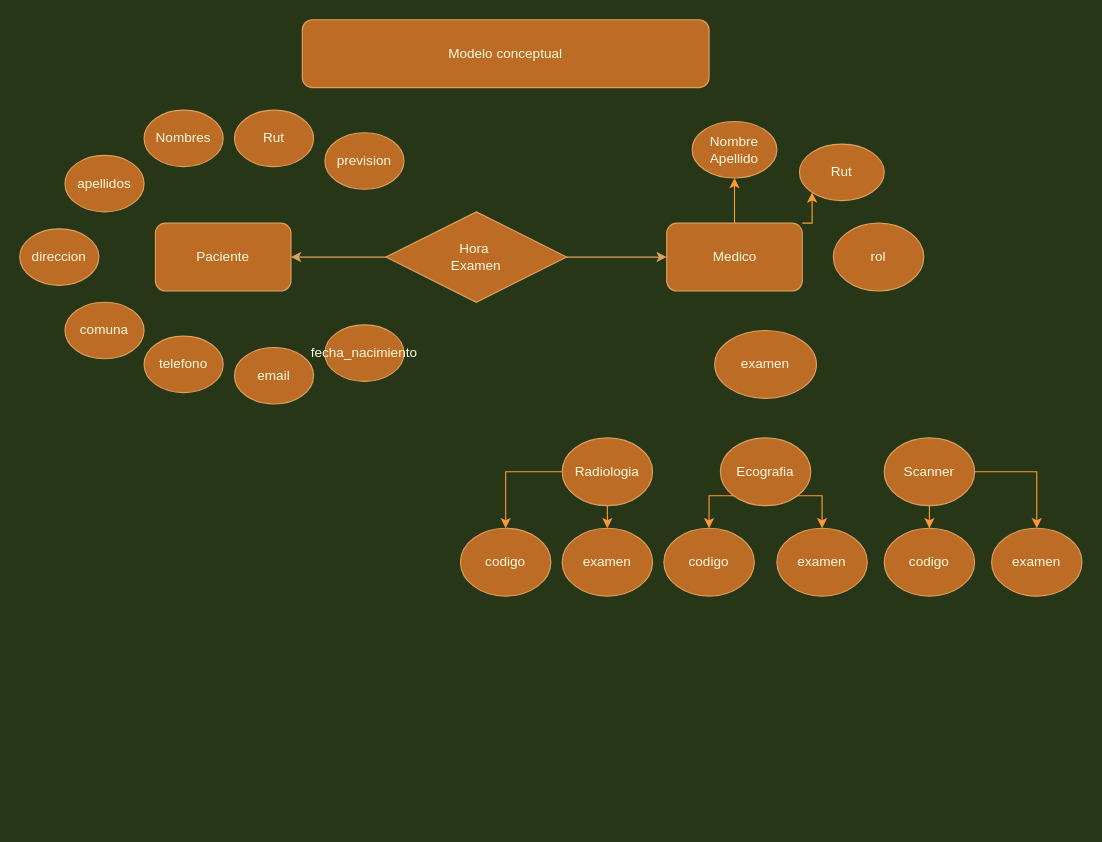
The draw.io diagram Untitled Diagram.drawio in LinkCL001/Proyecto_Full_Stack_JavaScript, before the edit. Source tidied: cells renumbered, new cells numbered last; positions are measured from the earlier drawing's top-left corner, leaving out a move shared by most shapes. Both pictures are drawn from the tidied source at 113%, with x=0, y=0 at pixel (19, 19).
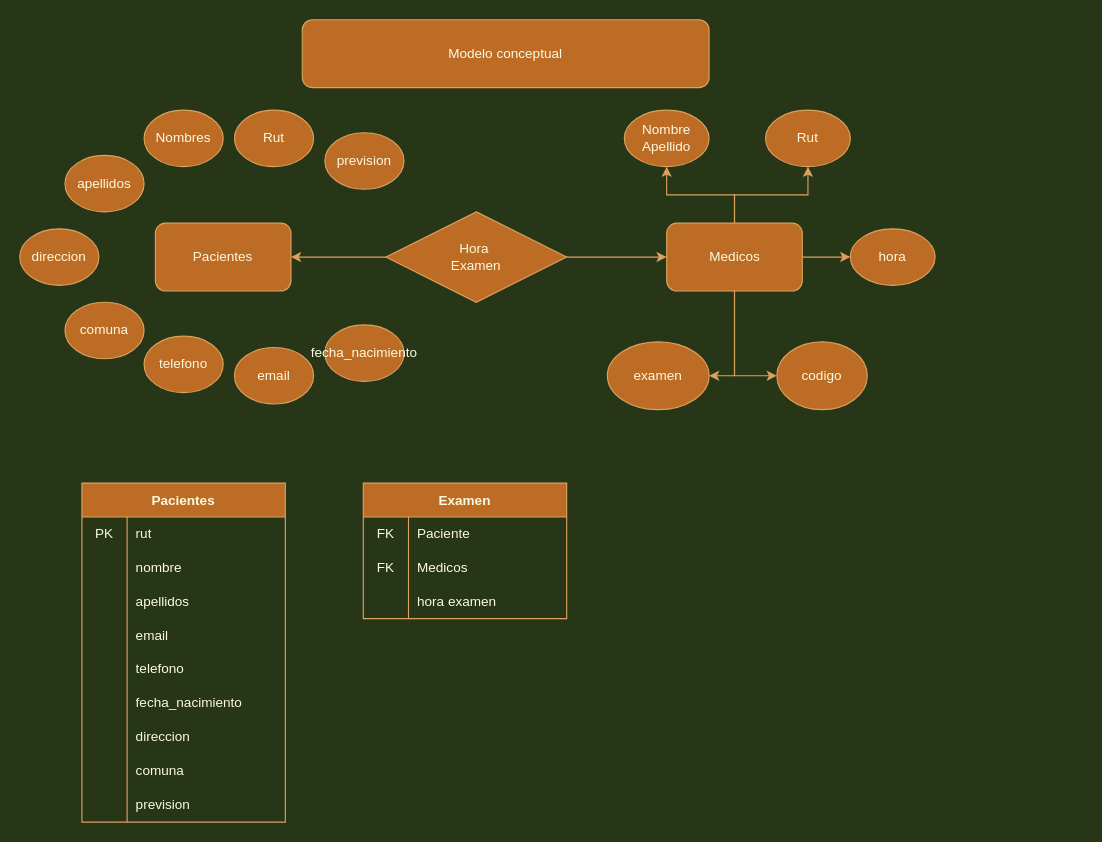
The same diagram, later.

The change refers to these unchanged cells:
```xml
<mxCell id="9" value="Hora&amp;nbsp;&lt;br&gt;Examen" style="rhombus;whiteSpace=wrap;html=1;rounded=0;sketch=0;fontColor=#FEFAE0;strokeColor=#DDA15E;fillColor=#BC6C25;" parent="1" vertex="1">
  <mxGeometry x="324" y="170" width="160" height="80" as="geometry" />
</mxCell>
```

What changed in the source:
```diff
@@
-    <mxCell id="3" value="Paciente" style="rounded=1;whiteSpace=wrap;html=1;sketch=0;fontColor=#FEFAE0;strokeColor=#DDA15E;fillColor=#BC6C25;" parent="1" vertex="1">
+    <mxCell id="3" value="Pacientes" style="rounded=1;whiteSpace=wrap;html=1;sketch=0;fontColor=#FEFAE0;strokeColor=#DDA15E;fillColor=#BC6C25;" parent="1" vertex="1">
       <mxGeometry x="120" y="180" width="120" height="60" as="geometry" />
     </mxCell>
-    <mxCell id="4" style="edgeStyle=orthogonalEdgeStyle;rounded=0;jettySize=auto;html=1;entryX=0.5;entryY=1;entryDx=0;entryDy=0;strokeColor=#FF9933;" parent="1" edge="1" source="6" target="19">
+    <mxCell id="4" style="edgeStyle=orthogonalEdgeStyle;rounded=0;jettySize=auto;html=1;entryX=0.5;entryY=1;entryDx=0;entryDy=0;strokeColor=#DDA15E;labelBackgroundColor=#283618;fontColor=#FEFAE0;" parent="1" edge="1" source="6" target="19">
       <mxGeometry relative="1" as="geometry" />
     </mxCell>
+    <mxCell id="38" style="edgeStyle=orthogonalEdgeStyle;rounded=0;jettySize=auto;html=1;strokeColor=#DDA15E;entryX=0;entryY=0.5;entryDx=0;entryDy=0;labelBackgroundColor=#283618;fontColor=#FEFAE0;" parent="1" edge="1" source="6" target="30">
+      <mxGeometry relative="1" as="geometry" />
+    </mxCell>
+    <mxCell id="39" style="edgeStyle=orthogonalEdgeStyle;rounded=0;jettySize=auto;html=1;exitX=0.5;exitY=1;exitDx=0;exitDy=0;strokeColor=#DDA15E;entryX=1;entryY=0.5;entryDx=0;entryDy=0;labelBackgroundColor=#283618;fontColor=#FEFAE0;" parent="1" edge="1" source="6" target="20">
+      <mxGeometry relative="1" as="geometry" />
+    </mxCell>
-    <mxCell id="5" style="edgeStyle=orthogonalEdgeStyle;rounded=0;jettySize=auto;html=1;exitX=1;exitY=0;exitDx=0;exitDy=0;entryX=0;entryY=1;entryDx=0;entryDy=0;strokeColor=#FF9933;" parent="1" edge="1" source="6" target="31">
+    <mxCell id="5" style="edgeStyle=orthogonalEdgeStyle;rounded=0;jettySize=auto;html=1;exitX=0.5;exitY=0;exitDx=0;exitDy=0;entryX=0.5;entryY=1;entryDx=0;entryDy=0;strokeColor=#DDA15E;labelBackgroundColor=#283618;fontColor=#FEFAE0;" parent="1" edge="1" source="6" target="31">
       <mxGeometry relative="1" as="geometry" />
     </mxCell>
+    <mxCell id="40" style="edgeStyle=orthogonalEdgeStyle;rounded=0;jettySize=auto;html=1;entryX=0;entryY=0.5;entryDx=0;entryDy=0;strokeColor=#DDA15E;labelBackgroundColor=#283618;fontColor=#FEFAE0;" parent="1" edge="1" source="6" target="41">
+      <mxGeometry relative="1" as="geometry" />
+    </mxCell>
-    <mxCell id="6" value="Medico" style="rounded=1;whiteSpace=wrap;html=1;sketch=0;fontColor=#FEFAE0;strokeColor=#DDA15E;fillColor=#BC6C25;" parent="1" vertex="1">
+    <mxCell id="6" value="Medicos" style="rounded=1;whiteSpace=wrap;html=1;sketch=0;fontColor=#FEFAE0;strokeColor=#DDA15E;fillColor=#BC6C25;" parent="1" vertex="1">
       <mxGeometry x="572.5" y="180" width="120" height="60" as="geometry" />
     </mxCell>
-    <mxCell id="7" style="edgeStyle=orthogonalEdgeStyle;curved=0;rounded=1;sketch=0;jettySize=auto;html=1;exitX=0;exitY=0.5;exitDx=0;exitDy=0;entryX=1;entryY=0.5;entryDx=0;entryDy=0;fontColor=#FEFAE0;strokeColor=#DDA15E;fillColor=#BC6C25;" parent="1" edge="1" source="9" target="3">
+    <mxCell id="7" style="edgeStyle=orthogonalEdgeStyle;curved=0;rounded=1;sketch=0;jettySize=auto;html=1;exitX=0;exitY=0.5;exitDx=0;exitDy=0;entryX=1;entryY=0.5;entryDx=0;entryDy=0;fontColor=#FEFAE0;strokeColor=#DDA15E;fillColor=#BC6C25;labelBackgroundColor=#283618;" parent="1" edge="1" source="9" target="3">
       <mxGeometry relative="1" as="geometry" />
     </mxCell>
-    <mxCell id="8" style="edgeStyle=orthogonalEdgeStyle;curved=0;rounded=1;sketch=0;jettySize=auto;html=1;exitX=1;exitY=0.5;exitDx=0;exitDy=0;entryX=0;entryY=0.5;entryDx=0;entryDy=0;fontColor=#FEFAE0;strokeColor=#DDA15E;fillColor=#BC6C25;" parent="1" edge="1" source="9" target="6">
+    <mxCell id="8" style="edgeStyle=orthogonalEdgeStyle;curved=0;rounded=1;sketch=0;jettySize=auto;html=1;exitX=1;exitY=0.5;exitDx=0;exitDy=0;entryX=0;entryY=0.5;entryDx=0;entryDy=0;fontColor=#FEFAE0;strokeColor=#DDA15E;fillColor=#BC6C25;labelBackgroundColor=#283618;" parent="1" edge="1" source="9" target="6">
       <mxGeometry relative="1" as="geometry" />
     </mxCell>
@@
     <mxCell id="19" value="Nombre Apellido" style="ellipse;whiteSpace=wrap;html=1;rounded=0;sketch=0;fontColor=#FEFAE0;strokeColor=#DDA15E;fillColor=#BC6C25;" parent="1" vertex="1">
-      <mxGeometry x="595" y="90" width="75" height="50" as="geometry" />
+      <mxGeometry x="535" y="80" width="75" height="50" as="geometry" />
     </mxCell>
     <mxCell id="20" value="examen" style="ellipse;whiteSpace=wrap;html=1;rounded=0;sketch=0;fontColor=#FEFAE0;strokeColor=#DDA15E;fillColor=#BC6C25;" parent="1" vertex="1">
-      <mxGeometry x="615" y="275" width="90" height="60" as="geometry" />
+      <mxGeometry x="520" y="285" width="90" height="60" as="geometry" />
     </mxCell>
-    <mxCell id="21" style="edgeStyle=orthogonalEdgeStyle;rounded=0;jettySize=auto;html=1;exitX=0.5;exitY=1;exitDx=0;exitDy=0;entryX=0.5;entryY=0;entryDx=0;entryDy=0;strokeColor=#FF9933;" parent="1" edge="1" source="23" target="33">
-      <mxGeometry relative="1" as="geometry" />
-    </mxCell>
-    <mxCell id="22" style="edgeStyle=orthogonalEdgeStyle;rounded=0;jettySize=auto;html=1;exitX=0;exitY=0.5;exitDx=0;exitDy=0;entryX=0.5;entryY=0;entryDx=0;entryDy=0;strokeColor=#FF9933;" parent="1" edge="1" source="23" target="32">
-      <mxGeometry relative="1" as="geometry" />
-    </mxCell>
-    <mxCell id="23" value="Radiologia" style="ellipse;whiteSpace=wrap;html=1;rounded=0;sketch=0;fontColor=#FEFAE0;strokeColor=#DDA15E;fillColor=#BC6C25;" parent="1" vertex="1">
-      <mxGeometry x="480" y="370" width="80" height="60" as="geometry" />
-    </mxCell>
-    <mxCell id="24" style="edgeStyle=orthogonalEdgeStyle;rounded=0;jettySize=auto;html=1;strokeColor=#FF9933;" parent="1" edge="1" source="26" target="36">
-      <mxGeometry relative="1" as="geometry" />
-    </mxCell>
-    <mxCell id="25" style="edgeStyle=orthogonalEdgeStyle;rounded=0;jettySize=auto;html=1;exitX=1;exitY=0.5;exitDx=0;exitDy=0;entryX=0.5;entryY=0;entryDx=0;entryDy=0;strokeColor=#FF9933;" parent="1" edge="1" source="26" target="37">
-      <mxGeometry relative="1" as="geometry" />
-    </mxCell>
-    <mxCell id="26" value="Scanner" style="ellipse;whiteSpace=wrap;html=1;rounded=0;sketch=0;fontColor=#FEFAE0;strokeColor=#DDA15E;fillColor=#BC6C25;" parent="1" vertex="1">
-      <mxGeometry x="765" y="370" width="80" height="60" as="geometry" />
-    </mxCell>
-    <mxCell id="27" style="edgeStyle=orthogonalEdgeStyle;rounded=0;jettySize=auto;html=1;exitX=0;exitY=1;exitDx=0;exitDy=0;entryX=0.5;entryY=0;entryDx=0;entryDy=0;strokeColor=#FF9933;" parent="1" edge="1" source="29" target="34">
-      <mxGeometry relative="1" as="geometry" />
-    </mxCell>
-    <mxCell id="28" style="edgeStyle=orthogonalEdgeStyle;rounded=0;jettySize=auto;html=1;exitX=1;exitY=1;exitDx=0;exitDy=0;entryX=0.5;entryY=0;entryDx=0;entryDy=0;strokeColor=#FF9933;" parent="1" edge="1" source="29" target="35">
-      <mxGeometry relative="1" as="geometry" />
-    </mxCell>
-    <mxCell id="29" value="Ecografia" style="ellipse;whiteSpace=wrap;html=1;rounded=0;sketch=0;fontColor=#FEFAE0;strokeColor=#DDA15E;fillColor=#BC6C25;" parent="1" vertex="1">
-      <mxGeometry x="620" y="370" width="80" height="60" as="geometry" />
-    </mxCell>
-    <mxCell id="30" value="rol" style="ellipse;whiteSpace=wrap;html=1;rounded=0;sketch=0;fontColor=#FEFAE0;strokeColor=#DDA15E;fillColor=#BC6C25;" parent="1" vertex="1">
-      <mxGeometry x="720" y="180" width="80" height="60" as="geometry" />
+    <mxCell id="30" value="codigo" style="ellipse;whiteSpace=wrap;html=1;rounded=0;sketch=0;fontColor=#FEFAE0;strokeColor=#DDA15E;fillColor=#BC6C25;" parent="1" vertex="1">
+      <mxGeometry x="670" y="285" width="80" height="60" as="geometry" />
     </mxCell>
     <mxCell id="31" value="Rut" style="ellipse;whiteSpace=wrap;html=1;rounded=0;sketch=0;fontColor=#FEFAE0;strokeColor=#DDA15E;fillColor=#BC6C25;" parent="1" vertex="1">
-      <mxGeometry x="690" y="110" width="75" height="50" as="geometry" />
+      <mxGeometry x="660" y="80" width="75" height="50" as="geometry" />
     </mxCell>
-    <mxCell id="32" value="codigo" style="ellipse;whiteSpace=wrap;html=1;rounded=0;sketch=0;fontColor=#FEFAE0;strokeColor=#DDA15E;fillColor=#BC6C25;" parent="1" vertex="1">
-      <mxGeometry x="390" y="450" width="80" height="60" as="geometry" />
-    </mxCell>
-    <mxCell id="33" value="examen" style="ellipse;whiteSpace=wrap;html=1;rounded=0;sketch=0;fontColor=#FEFAE0;strokeColor=#DDA15E;fillColor=#BC6C25;" parent="1" vertex="1">
-      <mxGeometry x="480" y="450" width="80" height="60" as="geometry" />
-    </mxCell>
-    <mxCell id="34" value="codigo" style="ellipse;whiteSpace=wrap;html=1;rounded=0;sketch=0;fontColor=#FEFAE0;strokeColor=#DDA15E;fillColor=#BC6C25;" parent="1" vertex="1">
-      <mxGeometry x="570" y="450" width="80" height="60" as="geometry" />
-    </mxCell>
-    <mxCell id="35" value="examen" style="ellipse;whiteSpace=wrap;html=1;rounded=0;sketch=0;fontColor=#FEFAE0;strokeColor=#DDA15E;fillColor=#BC6C25;" parent="1" vertex="1">
-      <mxGeometry x="670" y="450" width="80" height="60" as="geometry" />
-    </mxCell>
-    <mxCell id="36" value="codigo" style="ellipse;whiteSpace=wrap;html=1;rounded=0;sketch=0;fontColor=#FEFAE0;strokeColor=#DDA15E;fillColor=#BC6C25;" parent="1" vertex="1">
-      <mxGeometry x="765" y="450" width="80" height="60" as="geometry" />
-    </mxCell>
-    <mxCell id="37" value="examen" style="ellipse;whiteSpace=wrap;html=1;rounded=0;sketch=0;fontColor=#FEFAE0;strokeColor=#DDA15E;fillColor=#BC6C25;" parent="1" vertex="1">
-      <mxGeometry x="860" y="450" width="80" height="60" as="geometry" />
-    </mxCell>
+    <mxCell id="41" value="hora" style="ellipse;whiteSpace=wrap;html=1;rounded=0;sketch=0;fontColor=#FEFAE0;strokeColor=#DDA15E;fillColor=#BC6C25;" parent="1" vertex="1">
+      <mxGeometry x="735" y="185" width="75" height="50" as="geometry" />
+    </mxCell>
+    <mxCell id="42" value="Pacientes" style="shape=table;startSize=30;childLayout=tableLayout;rowLines=0;fontStyle=1;fillColor=#BC6C25;strokeColor=#DDA15E;fontColor=#FEFAE0;" parent="1" vertex="1">
+      <mxGeometry x="55" y="410" width="180" height="300" as="geometry" />
+    </mxCell>
+    <mxCell id="43" style="shape=tableRow;horizontal=0;startSize=0;swimlaneHead=0;swimlaneBody=0;top=0;left=0;bottom=0;right=0;fillColor=none;strokeColor=#DDA15E;fontColor=#FEFAE0;" parent="42" vertex="1">
+      <mxGeometry y="30" width="180" height="30" as="geometry" />
+    </mxCell>
+    <mxCell id="44" value="PK" style="shape=partialRectangle;html=1;whiteSpace=wrap;fillColor=none;top=0;left=0;bottom=0;right=0;overflow=hidden;strokeColor=#DDA15E;fontColor=#FEFAE0;" parent="43" vertex="1">
+      <mxGeometry width="40" height="30" as="geometry" />
+    </mxCell>
+    <mxCell id="45" value="rut" style="shape=partialRectangle;html=1;whiteSpace=wrap;fillColor=none;top=0;left=0;bottom=0;right=0;align=left;spacingLeft=6;overflow=hidden;strokeColor=#DDA15E;fontColor=#FEFAE0;" parent="43" vertex="1">
+      <mxGeometry x="40" width="140" height="30" as="geometry" />
+    </mxCell>
+    <mxCell id="46" style="shape=tableRow;horizontal=0;startSize=0;swimlaneHead=0;swimlaneBody=0;top=0;left=0;bottom=0;right=0;fillColor=none;strokeColor=#DDA15E;fontColor=#FEFAE0;" parent="42" vertex="1">
+      <mxGeometry y="60" width="180" height="30" as="geometry" />
+    </mxCell>
+    <mxCell id="47" style="shape=partialRectangle;html=1;whiteSpace=wrap;fillColor=none;top=0;left=0;bottom=0;right=0;overflow=hidden;strokeColor=#DDA15E;fontColor=#FEFAE0;" parent="46" vertex="1">
+      <mxGeometry width="40" height="30" as="geometry" />
+    </mxCell>
+    <mxCell id="48" value="nombre" style="shape=partialRectangle;html=1;whiteSpace=wrap;fillColor=none;top=0;left=0;bottom=0;right=0;align=left;spacingLeft=6;overflow=hidden;strokeColor=#DDA15E;fontColor=#FEFAE0;" parent="46" vertex="1">
+      <mxGeometry x="40" width="140" height="30" as="geometry" />
+    </mxCell>
+    <mxCell id="49" style="shape=tableRow;horizontal=0;startSize=0;swimlaneHead=0;swimlaneBody=0;top=0;left=0;bottom=0;right=0;fillColor=none;strokeColor=#DDA15E;fontColor=#FEFAE0;" parent="42" vertex="1">
+      <mxGeometry y="90" width="180" height="30" as="geometry" />
+    </mxCell>
+    <mxCell id="50" style="shape=partialRectangle;html=1;whiteSpace=wrap;fillColor=none;top=0;left=0;bottom=0;right=0;overflow=hidden;strokeColor=#DDA15E;fontColor=#FEFAE0;" parent="49" vertex="1">
+      <mxGeometry width="40" height="30" as="geometry" />
+    </mxCell>
+    <mxCell id="51" value="apellidos" style="shape=partialRectangle;html=1;whiteSpace=wrap;fillColor=none;top=0;left=0;bottom=0;right=0;align=left;spacingLeft=6;overflow=hidden;strokeColor=#DDA15E;fontColor=#FEFAE0;" parent="49" vertex="1">
+      <mxGeometry x="40" width="140" height="30" as="geometry" />
+    </mxCell>
+    <mxCell id="52" style="shape=tableRow;horizontal=0;startSize=0;swimlaneHead=0;swimlaneBody=0;top=0;left=0;bottom=0;right=0;fillColor=none;strokeColor=#DDA15E;fontColor=#FEFAE0;" parent="42" vertex="1">
+      <mxGeometry y="120" width="180" height="30" as="geometry" />
+    </mxCell>
+    <mxCell id="53" style="shape=partialRectangle;html=1;whiteSpace=wrap;fillColor=none;top=0;left=0;bottom=0;right=0;overflow=hidden;strokeColor=#DDA15E;fontColor=#FEFAE0;" parent="52" vertex="1">
+      <mxGeometry width="40" height="30" as="geometry" />
+    </mxCell>
+    <mxCell id="54" value="email" style="shape=partialRectangle;html=1;whiteSpace=wrap;fillColor=none;top=0;left=0;bottom=0;right=0;align=left;spacingLeft=6;overflow=hidden;strokeColor=#DDA15E;fontColor=#FEFAE0;" parent="52" vertex="1">
+      <mxGeometry x="40" width="140" height="30" as="geometry" />
+    </mxCell>
+    <mxCell id="55" style="shape=tableRow;horizontal=0;startSize=0;swimlaneHead=0;swimlaneBody=0;top=0;left=0;bottom=0;right=0;fillColor=none;strokeColor=#DDA15E;fontColor=#FEFAE0;" parent="42" vertex="1">
+      <mxGeometry y="150" width="180" height="30" as="geometry" />
+    </mxCell>
+    <mxCell id="56" style="shape=partialRectangle;html=1;whiteSpace=wrap;fillColor=none;top=0;left=0;bottom=0;right=0;overflow=hidden;strokeColor=#DDA15E;fontColor=#FEFAE0;" parent="55" vertex="1">
+      <mxGeometry width="40" height="30" as="geometry" />
+    </mxCell>
+    <mxCell id="57" value="telefono" style="shape=partialRectangle;html=1;whiteSpace=wrap;fillColor=none;top=0;left=0;bottom=0;right=0;align=left;spacingLeft=6;overflow=hidden;strokeColor=#DDA15E;fontColor=#FEFAE0;" parent="55" vertex="1">
+      <mxGeometry x="40" width="140" height="30" as="geometry" />
+    </mxCell>
+    <mxCell id="58" style="shape=tableRow;horizontal=0;startSize=0;swimlaneHead=0;swimlaneBody=0;top=0;left=0;bottom=0;right=0;fillColor=none;strokeColor=#DDA15E;fontColor=#FEFAE0;" parent="42" vertex="1">
+      <mxGeometry y="180" width="180" height="30" as="geometry" />
+    </mxCell>
+    <mxCell id="59" style="shape=partialRectangle;html=1;whiteSpace=wrap;fillColor=none;top=0;left=0;bottom=0;right=0;overflow=hidden;strokeColor=#DDA15E;fontColor=#FEFAE0;" parent="58" vertex="1">
+      <mxGeometry width="40" height="30" as="geometry" />
+    </mxCell>
+    <mxCell id="60" value="fecha_nacimiento" style="shape=partialRectangle;html=1;whiteSpace=wrap;fillColor=none;top=0;left=0;bottom=0;right=0;align=left;spacingLeft=6;overflow=hidden;strokeColor=#DDA15E;fontColor=#FEFAE0;" parent="58" vertex="1">
+      <mxGeometry x="40" width="140" height="30" as="geometry" />
+    </mxCell>
+    <mxCell id="61" style="shape=tableRow;horizontal=0;startSize=0;swimlaneHead=0;swimlaneBody=0;top=0;left=0;bottom=0;right=0;fillColor=none;strokeColor=#DDA15E;fontColor=#FEFAE0;" parent="42" vertex="1">
+      <mxGeometry y="210" width="180" height="30" as="geometry" />
+    </mxCell>
+    <mxCell id="62" style="shape=partialRectangle;html=1;whiteSpace=wrap;fillColor=none;top=0;left=0;bottom=0;right=0;overflow=hidden;strokeColor=#DDA15E;fontColor=#FEFAE0;" parent="61" vertex="1">
+      <mxGeometry width="40" height="30" as="geometry" />
+    </mxCell>
+    <mxCell id="63" value="direccion" style="shape=partialRectangle;html=1;whiteSpace=wrap;fillColor=none;top=0;left=0;bottom=0;right=0;align=left;spacingLeft=6;overflow=hidden;strokeColor=#DDA15E;fontColor=#FEFAE0;" parent="61" vertex="1">
+      <mxGeometry x="40" width="140" height="30" as="geometry" />
+    </mxCell>
+    <mxCell id="64" style="shape=tableRow;horizontal=0;startSize=0;swimlaneHead=0;swimlaneBody=0;top=0;left=0;bottom=0;right=0;fillColor=none;strokeColor=#DDA15E;fontColor=#FEFAE0;" parent="42" vertex="1">
+      <mxGeometry y="240" width="180" height="30" as="geometry" />
+    </mxCell>
+    <mxCell id="65" style="shape=partialRectangle;html=1;whiteSpace=wrap;fillColor=none;top=0;left=0;bottom=0;right=0;overflow=hidden;strokeColor=#DDA15E;fontColor=#FEFAE0;" parent="64" vertex="1">
+      <mxGeometry width="40" height="30" as="geometry" />
+    </mxCell>
+    <mxCell id="66" value="comuna" style="shape=partialRectangle;html=1;whiteSpace=wrap;fillColor=none;top=0;left=0;bottom=0;right=0;align=left;spacingLeft=6;overflow=hidden;strokeColor=#DDA15E;fontColor=#FEFAE0;" parent="64" vertex="1">
+      <mxGeometry x="40" width="140" height="30" as="geometry" />
+    </mxCell>
+    <mxCell id="67" style="shape=tableRow;horizontal=0;startSize=0;swimlaneHead=0;swimlaneBody=0;top=0;left=0;bottom=0;right=0;fillColor=none;strokeColor=#DDA15E;fontColor=#FEFAE0;" parent="42" vertex="1">
+      <mxGeometry y="270" width="180" height="30" as="geometry" />
+    </mxCell>
+    <mxCell id="68" style="shape=partialRectangle;html=1;whiteSpace=wrap;fillColor=none;top=0;left=0;bottom=0;right=0;overflow=hidden;strokeColor=#DDA15E;fontColor=#FEFAE0;" parent="67" vertex="1">
+      <mxGeometry width="40" height="30" as="geometry" />
+    </mxCell>
+    <mxCell id="69" value="prevision" style="shape=partialRectangle;html=1;whiteSpace=wrap;fillColor=none;top=0;left=0;bottom=0;right=0;align=left;spacingLeft=6;overflow=hidden;strokeColor=#DDA15E;fontColor=#FEFAE0;" parent="67" vertex="1">
+      <mxGeometry x="40" width="140" height="30" as="geometry" />
+    </mxCell>
+    <mxCell id="70" value="Examen" style="shape=table;startSize=30;childLayout=tableLayout;rowLines=0;fontStyle=1;fillColor=#BC6C25;strokeColor=#DDA15E;fontColor=#FEFAE0;" parent="1" vertex="1">
+      <mxGeometry x="304" y="410" width="180" height="120" as="geometry" />
+    </mxCell>
+    <mxCell id="71" style="shape=tableRow;horizontal=0;startSize=0;swimlaneHead=0;swimlaneBody=0;top=0;left=0;bottom=0;right=0;fillColor=none;strokeColor=#DDA15E;fontColor=#FEFAE0;" parent="70" vertex="1">
+      <mxGeometry y="30" width="180" height="30" as="geometry" />
+    </mxCell>
+    <mxCell id="72" value="FK" style="shape=partialRectangle;html=1;whiteSpace=wrap;fillColor=none;top=0;left=0;bottom=0;right=0;overflow=hidden;strokeColor=#DDA15E;fontColor=#FEFAE0;" parent="71" vertex="1">
+      <mxGeometry width="40" height="30" as="geometry" />
+    </mxCell>
+    <mxCell id="73" value="Paciente" style="shape=partialRectangle;html=1;whiteSpace=wrap;fillColor=none;top=0;left=0;bottom=0;right=0;align=left;spacingLeft=6;overflow=hidden;strokeColor=#DDA15E;fontColor=#FEFAE0;" parent="71" vertex="1">
+      <mxGeometry x="40" width="140" height="30" as="geometry" />
+    </mxCell>
+    <mxCell id="74" style="shape=tableRow;horizontal=0;startSize=0;swimlaneHead=0;swimlaneBody=0;top=0;left=0;bottom=0;right=0;fillColor=none;strokeColor=#DDA15E;fontColor=#FEFAE0;" parent="70" vertex="1">
+      <mxGeometry y="60" width="180" height="30" as="geometry" />
+    </mxCell>
+    <mxCell id="75" value="FK" style="shape=partialRectangle;html=1;whiteSpace=wrap;fillColor=none;top=0;left=0;bottom=0;right=0;overflow=hidden;strokeColor=#DDA15E;fontColor=#FEFAE0;" parent="74" vertex="1">
+      <mxGeometry width="40" height="30" as="geometry" />
+    </mxCell>
+    <mxCell id="76" value="Medicos" style="shape=partialRectangle;html=1;whiteSpace=wrap;fillColor=none;top=0;left=0;bottom=0;right=0;align=left;spacingLeft=6;overflow=hidden;strokeColor=#DDA15E;fontColor=#FEFAE0;" parent="74" vertex="1">
+      <mxGeometry x="40" width="140" height="30" as="geometry" />
+    </mxCell>
+    <mxCell id="77" style="shape=tableRow;horizontal=0;startSize=0;swimlaneHead=0;swimlaneBody=0;top=0;left=0;bottom=0;right=0;fillColor=none;strokeColor=#DDA15E;fontColor=#FEFAE0;" parent="70" vertex="1">
+      <mxGeometry y="90" width="180" height="30" as="geometry" />
+    </mxCell>
+    <mxCell id="78" style="shape=partialRectangle;html=1;whiteSpace=wrap;fillColor=none;top=0;left=0;bottom=0;right=0;overflow=hidden;strokeColor=#DDA15E;fontColor=#FEFAE0;" parent="77" vertex="1">
+      <mxGeometry width="40" height="30" as="geometry" />
+    </mxCell>
+    <mxCell id="79" value="hora examen" style="shape=partialRectangle;html=1;whiteSpace=wrap;fillColor=none;top=0;left=0;bottom=0;right=0;align=left;spacingLeft=6;overflow=hidden;strokeColor=#DDA15E;fontColor=#FEFAE0;" parent="77" vertex="1">
+      <mxGeometry x="40" width="140" height="30" as="geometry" />
+    </mxCell>
```
